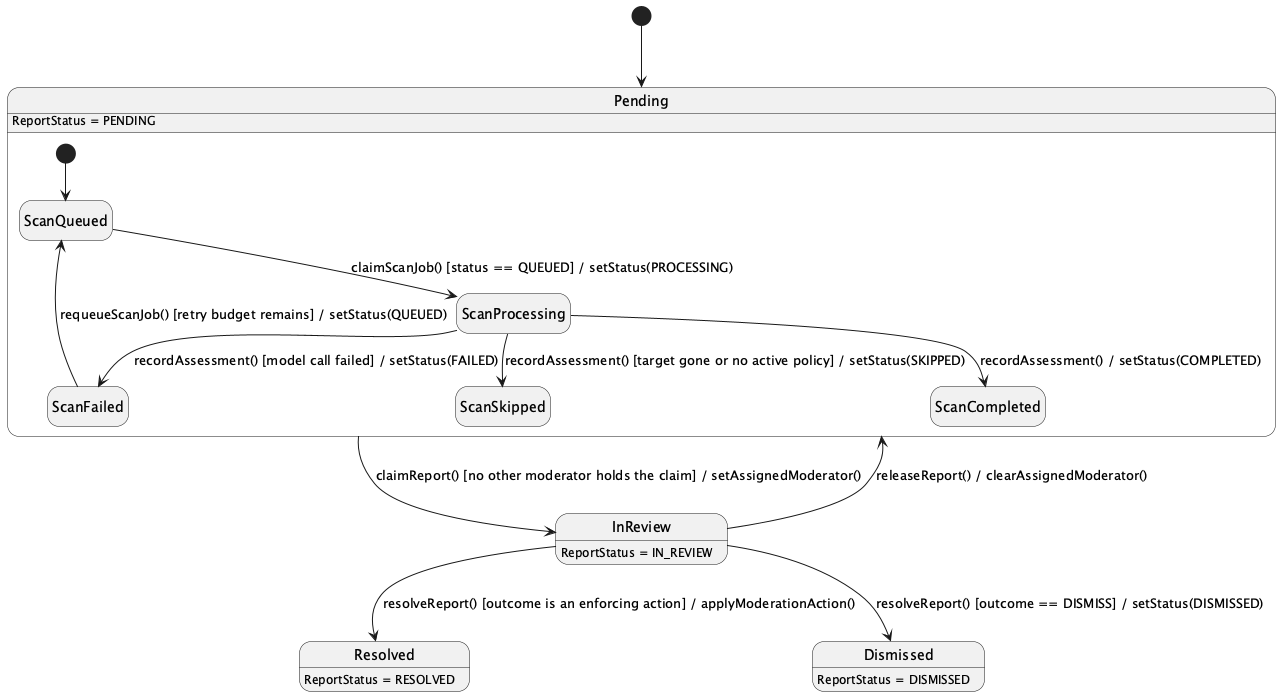
Before: 03_Design/Detailed_Design/MF04_Community_QA_Moderation/images/02_Reporting_Moderation_Taxonomy_and_AI_Policy_StateChartDiagram.png, a diagram exported from PlantUML (ChuongBDHE172784/CareBridge_SEP490_G79). The source it was exported from:
```plantuml
@startuml
hide empty description
[*] --> Pending

Pending --> InReview : claimReport() [no other moderator holds the claim] / setAssignedModerator()
InReview --> Pending : releaseReport() / clearAssignedModerator()
InReview --> Resolved : resolveReport() [outcome is an enforcing action] / applyModerationAction()
InReview --> Dismissed : resolveReport() [outcome == DISMISS] / setStatus(DISMISSED)

state Pending {
  [*] --> ScanQueued
  ScanQueued --> ScanProcessing : claimScanJob() [status == QUEUED] / setStatus(PROCESSING)
  ScanProcessing --> ScanCompleted : recordAssessment() / setStatus(COMPLETED)
  ScanProcessing --> ScanFailed : recordAssessment() [model call failed] / setStatus(FAILED)
  ScanProcessing --> ScanSkipped : recordAssessment() [target gone or no active policy] / setStatus(SKIPPED)
  ScanFailed --> ScanQueued : requeueScanJob() [retry budget remains] / setStatus(QUEUED)
}

Pending : ReportStatus = PENDING
InReview : ReportStatus = IN_REVIEW
Resolved : ReportStatus = RESOLVED
Dismissed : ReportStatus = DISMISSED
@enduml
```
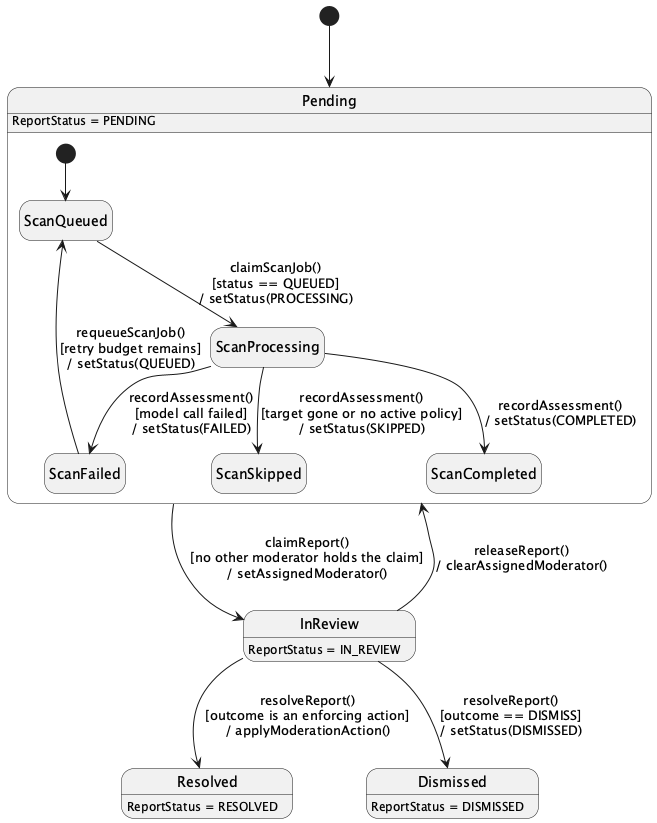
After the commit.

What changed in the source:
```diff
@@ -1,19 +1,19 @@
-@startuml
+@startuml StateChartDiagram_02ReportingModerationTaxonomyandAIPolicy
 hide empty description
 [*] --> Pending
 
-Pending --> InReview : claimReport() [no other moderator holds the claim] / setAssignedModerator()
-InReview --> Pending : releaseReport() / clearAssignedModerator()
-InReview --> Resolved : resolveReport() [outcome is an enforcing action] / applyModerationAction()
-InReview --> Dismissed : resolveReport() [outcome == DISMISS] / setStatus(DISMISSED)
+Pending --> InReview : claimReport()\n[no other moderator holds the claim]\n/ setAssignedModerator()
+InReview --> Pending : releaseReport()\n/ clearAssignedModerator()
+InReview --> Resolved : resolveReport()\n[outcome is an enforcing action]\n/ applyModerationAction()
+InReview --> Dismissed : resolveReport()\n[outcome == DISMISS]\n/ setStatus(DISMISSED)
 
 state Pending {
   [*] --> ScanQueued
-  ScanQueued --> ScanProcessing : claimScanJob() [status == QUEUED] / setStatus(PROCESSING)
-  ScanProcessing --> ScanCompleted : recordAssessment() / setStatus(COMPLETED)
-  ScanProcessing --> ScanFailed : recordAssessment() [model call failed] / setStatus(FAILED)
-  ScanProcessing --> ScanSkipped : recordAssessment() [target gone or no active policy] / setStatus(SKIPPED)
-  ScanFailed --> ScanQueued : requeueScanJob() [retry budget remains] / setStatus(QUEUED)
+  ScanQueued --> ScanProcessing : claimScanJob()\n[status == QUEUED]\n/ setStatus(PROCESSING)
+  ScanProcessing --> ScanCompleted : recordAssessment()\n/ setStatus(COMPLETED)
+  ScanProcessing --> ScanFailed : recordAssessment()\n[model call failed]\n/ setStatus(FAILED)
+  ScanProcessing --> ScanSkipped : recordAssessment()\n[target gone or no active policy]\n/ setStatus(SKIPPED)
+  ScanFailed --> ScanQueued : requeueScanJob()\n[retry budget remains]\n/ setStatus(QUEUED)
 }
 
 Pending : ReportStatus = PENDING
```
